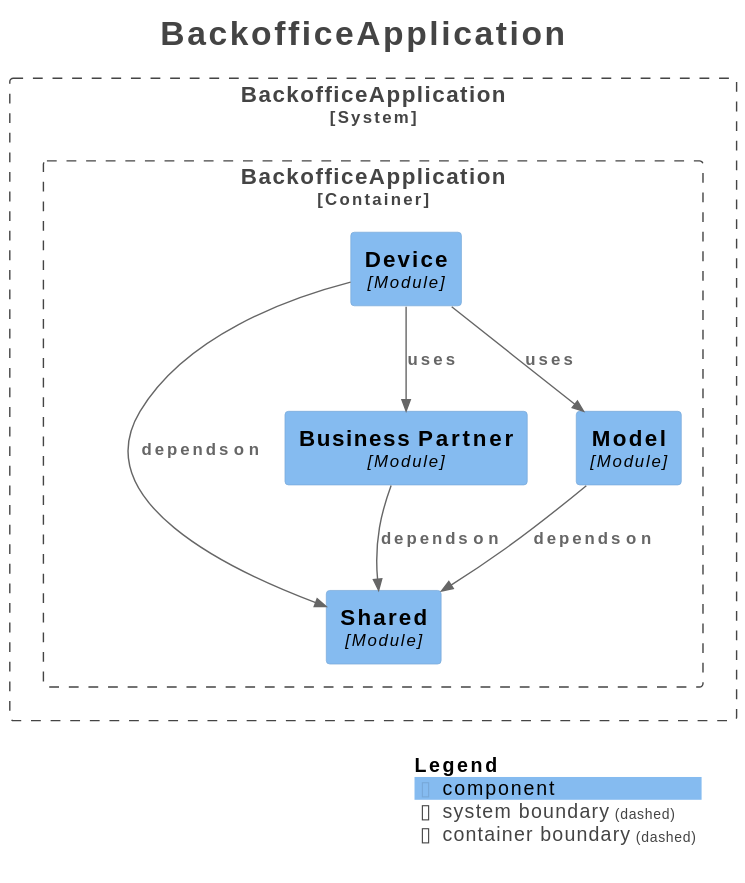
Earlier version of the PlantUML export backend/docs/images/modules.svg (fafeichter/ReparierenStattWegwerfen-BackOffice).
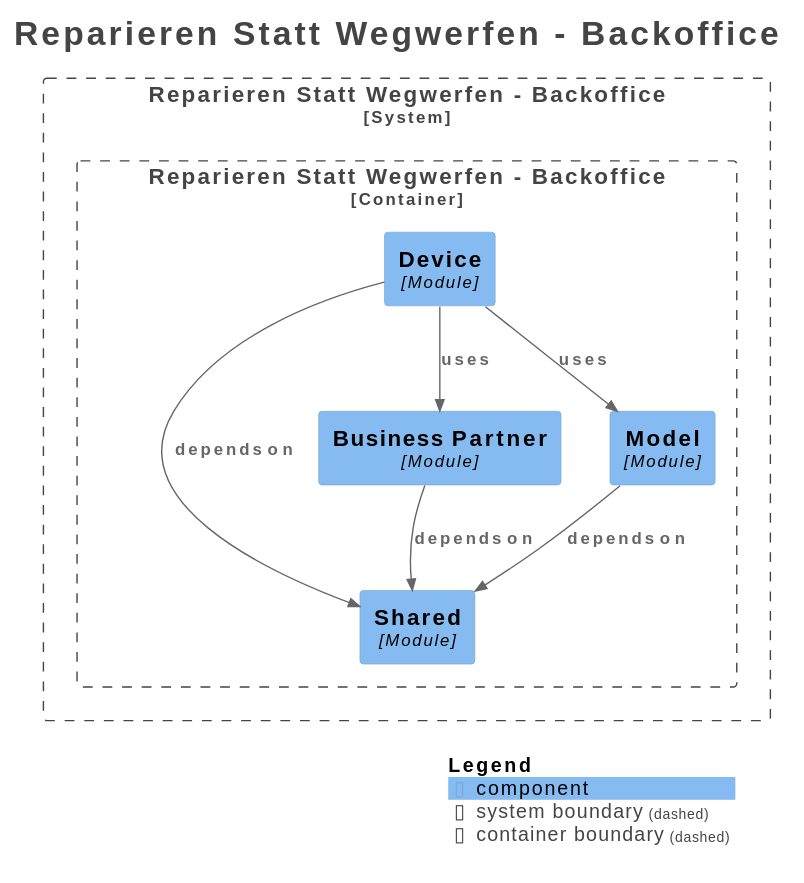
The same file after the commit.

Commit message:
chore(docs): automatically update architecture diagrams [skip ci]

Change to the diagram source:
```diff
@@ -1,5 +1,5 @@
 @startuml
-title <size:24>BackofficeApplication</size>
+title <size:24>Reparieren Statt Wegwerfen - Backoffice</size>
 
 set separator none
 top to bottom direction
@@ -15,21 +15,21 @@
 !include <C4/C4_Context>
 !include <C4/C4_Component>
 
-System_Boundary("BackofficeApplication_boundary", "BackofficeApplication", $tags="") {
-  Container_Boundary("BackofficeApplication.BackofficeApplication_boundary", "BackofficeApplication", $tags="") {
-    Component(BackofficeApplication.BackofficeApplication.Shared, "Shared", $techn="Module", $descr="", $tags="", $link="")
-    Component(BackofficeApplication.BackofficeApplication.BusinessPartner, "Business Partner", $techn="Module", $descr="", $tags="", $link="")
-    Component(BackofficeApplication.BackofficeApplication.Model, "Model", $techn="Module", $descr="", $tags="", $link="")
-    Component(BackofficeApplication.BackofficeApplication.Device, "Device", $techn="Module", $descr="", $tags="", $link="")
+System_Boundary("ReparierenStattWegwerfenBackoffice_boundary", "Reparieren Statt Wegwerfen - Backoffice", $tags="") {
+  Container_Boundary("ReparierenStattWegwerfenBackoffice.ReparierenStattWegwerfenBackoffice_boundary", "Reparieren Statt Wegwerfen - Backoffice", $tags="") {
+    Component(ReparierenStattWegwerfenBackoffice.ReparierenStattWegwerfenBackoffice.Shared, "Shared", $techn="Module", $descr="", $tags="", $link="")
+    Component(ReparierenStattWegwerfenBackoffice.ReparierenStattWegwerfenBackoffice.BusinessPartner, "Business Partner", $techn="Module", $descr="", $tags="", $link="")
+    Component(ReparierenStattWegwerfenBackoffice.ReparierenStattWegwerfenBackoffice.Model, "Model", $techn="Module", $descr="", $tags="", $link="")
+    Component(ReparierenStattWegwerfenBackoffice.ReparierenStattWegwerfenBackoffice.Device, "Device", $techn="Module", $descr="", $tags="", $link="")
   }
 
 }
 
-Rel(BackofficeApplication.BackofficeApplication.Model, BackofficeApplication.BackofficeApplication.Shared, "depends on", $techn="", $tags="", $link="")
-Rel(BackofficeApplication.BackofficeApplication.Device, BackofficeApplication.BackofficeApplication.Shared, "depends on", $techn="", $tags="", $link="")
-Rel(BackofficeApplication.BackofficeApplication.Device, BackofficeApplication.BackofficeApplication.Model, "uses", $techn="", $tags="", $link="")
-Rel(BackofficeApplication.BackofficeApplication.Device, BackofficeApplication.BackofficeApplication.BusinessPartner, "uses", $techn="", $tags="", $link="")
-Rel(BackofficeApplication.BackofficeApplication.BusinessPartner, BackofficeApplication.BackofficeApplication.Shared, "depends on", $techn="", $tags="", $link="")
+Rel(ReparierenStattWegwerfenBackoffice.ReparierenStattWegwerfenBackoffice.Model, ReparierenStattWegwerfenBackoffice.ReparierenStattWegwerfenBackoffice.Shared, "depends on", $techn="", $tags="", $link="")
+Rel(ReparierenStattWegwerfenBackoffice.ReparierenStattWegwerfenBackoffice.Device, ReparierenStattWegwerfenBackoffice.ReparierenStattWegwerfenBackoffice.Shared, "depends on", $techn="", $tags="", $link="")
+Rel(ReparierenStattWegwerfenBackoffice.ReparierenStattWegwerfenBackoffice.Device, ReparierenStattWegwerfenBackoffice.ReparierenStattWegwerfenBackoffice.Model, "uses", $techn="", $tags="", $link="")
+Rel(ReparierenStattWegwerfenBackoffice.ReparierenStattWegwerfenBackoffice.Device, ReparierenStattWegwerfenBackoffice.ReparierenStattWegwerfenBackoffice.BusinessPartner, "uses", $techn="", $tags="", $link="")
+Rel(ReparierenStattWegwerfenBackoffice.ReparierenStattWegwerfenBackoffice.BusinessPartner, ReparierenStattWegwerfenBackoffice.ReparierenStattWegwerfenBackoffice.Shared, "depends on", $techn="", $tags="", $link="")
 
 SHOW_LEGEND(true)
 hide stereotypes
```
